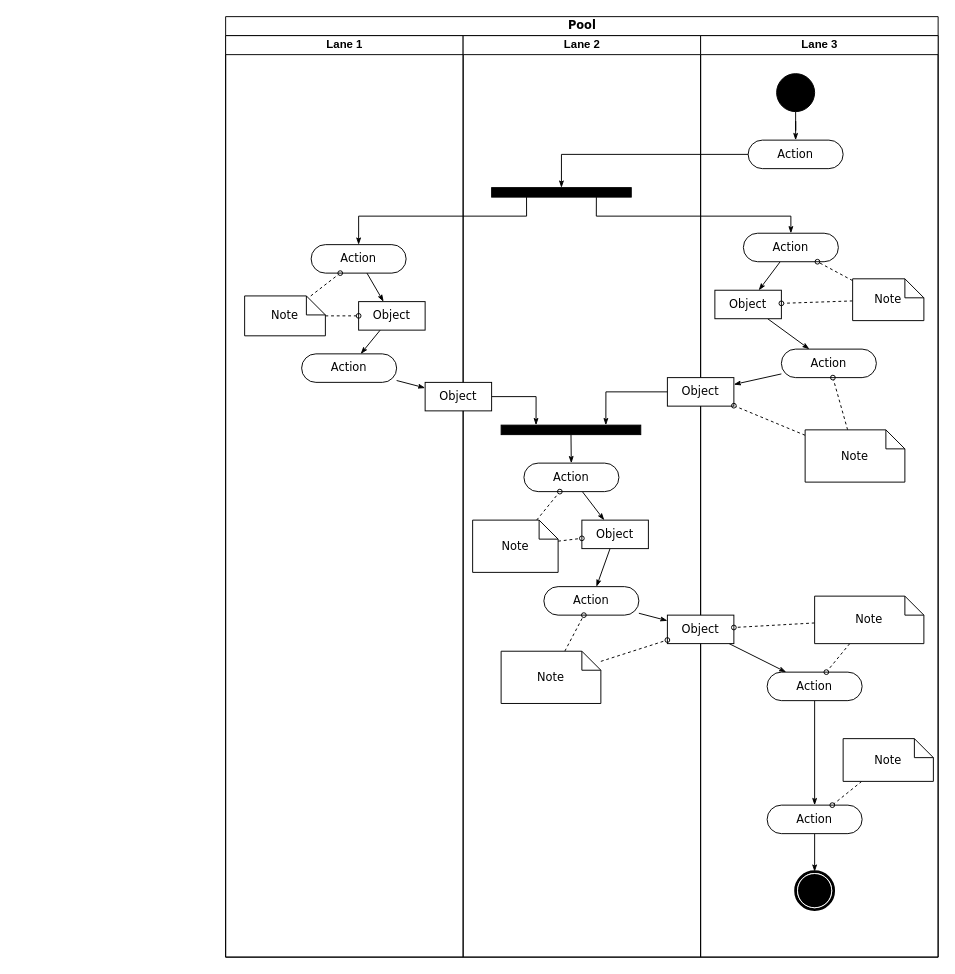
johannfac/A-Lone-Burglar keeps this draw.io diagram as Activity Diagram Enter Game.drawio. Above is the earlier version. Source tidied: cells renumbered, new cells numbered last; positions are measured from the earlier drawing's top-left corner, leaving out a move shared by most shapes. Both pictures are drawn from the tidied source at 95%, with x=0, y=0 at pixel (225, 16).
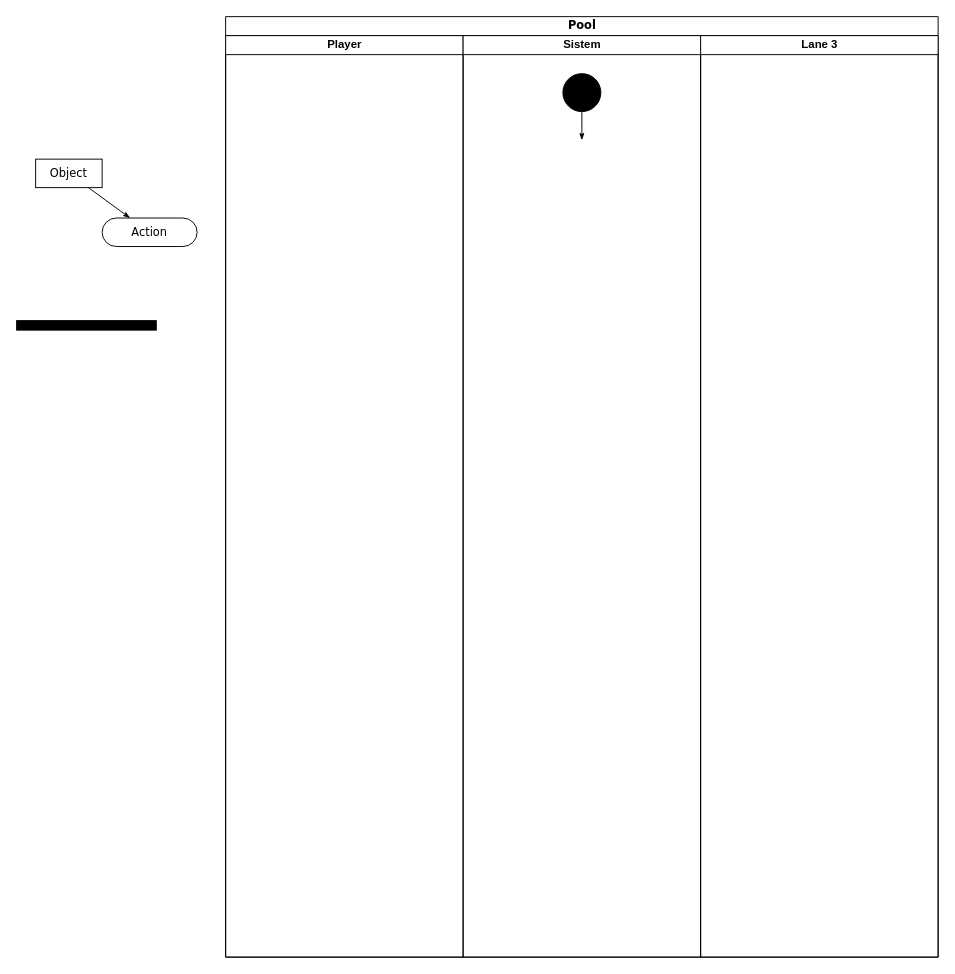
Above is the later version.

Commit message:
Update Activity Diagram Choose Lvl.drawio

Unchanged cells that the change refers to:
```xml
<mxCell id="2" value="Pool" style="swimlane;html=1;startSize=20;rounded=0;shadow=0;comic=0;labelBackgroundColor=none;strokeWidth=1;fontFamily=Verdana;fontSize=12;align=center;" parent="1" vertex="1">
  <mxGeometry width="750" height="990" as="geometry" />
</mxCell>
```

Change to the diagram source:
```diff
@@
-    <mxCell id="3" value="Lane 1" style="swimlane;html=1;startSize=20;" parent="2" vertex="1">
+    <mxCell id="3" value="Player" style="swimlane;html=1;startSize=20;" parent="2" vertex="1">
       <mxGeometry y="20" width="250" height="970" as="geometry" />
     </mxCell>
-    <mxCell id="4" style="edgeStyle=none;rounded=0;html=1;labelBackgroundColor=none;startArrow=none;startFill=0;startSize=5;endArrow=classicThin;endFill=1;endSize=5;jettySize=auto;strokeWidth=1;fontFamily=Verdana;fontSize=12;" parent="3" edge="1" source="5" target="8">
-      <mxGeometry relative="1" as="geometry" />
-    </mxCell>
-    <mxCell id="5" value="Action" style="rounded=1;whiteSpace=wrap;html=1;shadow=0;comic=0;labelBackgroundColor=none;strokeWidth=1;fontFamily=Verdana;fontSize=12;align=center;arcSize=50;" parent="3" vertex="1">
-      <mxGeometry x="90" y="220" width="100" height="30" as="geometry" />
-    </mxCell>
-    <mxCell id="6" value="Action" style="rounded=1;whiteSpace=wrap;html=1;shadow=0;comic=0;labelBackgroundColor=none;strokeWidth=1;fontFamily=Verdana;fontSize=12;align=center;arcSize=50;" parent="3" vertex="1">
-      <mxGeometry x="80" y="335" width="100" height="30" as="geometry" />
-    </mxCell>
-    <mxCell id="7" style="edgeStyle=none;rounded=0;html=1;labelBackgroundColor=none;startArrow=none;startFill=0;startSize=5;endArrow=classicThin;endFill=1;endSize=5;jettySize=auto;strokeWidth=1;fontFamily=Verdana;fontSize=12;" parent="3" edge="1" source="8" target="6">
-      <mxGeometry relative="1" as="geometry" />
-    </mxCell>
-    <mxCell id="8" value="Object" style="rounded=0;whiteSpace=wrap;html=1;shadow=0;comic=0;labelBackgroundColor=none;strokeWidth=1;fontFamily=Verdana;fontSize=12;align=center;arcSize=50;" parent="3" vertex="1">
-      <mxGeometry x="140" y="280" width="70" height="30" as="geometry" />
-    </mxCell>
-    <mxCell id="9" style="edgeStyle=none;rounded=0;html=1;labelBackgroundColor=none;startArrow=none;startFill=0;startSize=5;endArrow=oval;endFill=0;endSize=5;jettySize=auto;strokeWidth=1;fontFamily=Verdana;fontSize=12;dashed=1;" parent="3" edge="1" source="11" target="5">
-      <mxGeometry relative="1" as="geometry" />
-    </mxCell>
-    <mxCell id="10" style="edgeStyle=none;rounded=0;html=1;dashed=1;labelBackgroundColor=none;startArrow=none;startFill=0;startSize=5;endArrow=oval;endFill=0;endSize=5;jettySize=auto;strokeWidth=1;fontFamily=Verdana;fontSize=12;" parent="3" edge="1" source="11" target="8">
-      <mxGeometry relative="1" as="geometry" />
-    </mxCell>
-    <mxCell id="11" value="Note" style="shape=note;whiteSpace=wrap;html=1;rounded=0;shadow=0;comic=0;labelBackgroundColor=none;strokeWidth=1;fontFamily=Verdana;fontSize=12;align=center;size=20;" parent="3" vertex="1">
-      <mxGeometry x="20" y="274" width="85" height="42" as="geometry" />
-    </mxCell>
-    <mxCell id="12" value="Lane 2" style="swimlane;html=1;startSize=20;" parent="2" vertex="1">
+    <mxCell id="12" value="Sistem" style="swimlane;html=1;startSize=20;" parent="2" vertex="1">
       <mxGeometry x="250" y="20" width="250" height="970" as="geometry" />
     </mxCell>
-    <mxCell id="13" style="whiteSpace=wrap;html=1;rounded=0;shadow=0;comic=0;labelBackgroundColor=none;strokeWidth=1;fillColor=#000000;fontFamily=Verdana;fontSize=12;align=center;rotation=0;" parent="12" vertex="1">
-      <mxGeometry x="30" y="160" width="147" height="10" as="geometry" />
-    </mxCell>
-    <mxCell id="14" style="edgeStyle=none;rounded=0;html=1;labelBackgroundColor=none;startArrow=none;startFill=0;startSize=5;endArrow=classicThin;endFill=1;endSize=5;jettySize=auto;strokeWidth=1;fontFamily=Verdana;fontSize=12;" parent="12" edge="1" source="15" target="21">
-      <mxGeometry relative="1" as="geometry" />
-    </mxCell>
-    <mxCell id="15" value="Action" style="rounded=1;whiteSpace=wrap;html=1;shadow=0;comic=0;labelBackgroundColor=none;strokeWidth=1;fontFamily=Verdana;fontSize=12;align=center;arcSize=50;" parent="12" vertex="1">
-      <mxGeometry x="64" y="450" width="100" height="30" as="geometry" />
-    </mxCell>
-    <mxCell id="16" style="edgeStyle=none;rounded=0;html=1;labelBackgroundColor=none;startArrow=none;startFill=0;startSize=5;endArrow=classicThin;endFill=1;endSize=5;jettySize=auto;strokeWidth=1;fontFamily=Verdana;fontSize=12;" parent="12" edge="1" source="17" target="15">
-      <mxGeometry relative="1" as="geometry" />
-    </mxCell>
-    <mxCell id="17" style="whiteSpace=wrap;html=1;rounded=0;shadow=0;comic=0;labelBackgroundColor=none;strokeWidth=1;fillColor=#000000;fontFamily=Verdana;fontSize=12;align=center;rotation=0;" parent="12" vertex="1">
-      <mxGeometry x="40" y="410" width="147" height="10" as="geometry" />
-    </mxCell>
-    <mxCell id="18" style="edgeStyle=orthogonalEdgeStyle;rounded=0;html=1;entryX=0.25;entryY=0;labelBackgroundColor=none;startArrow=none;startFill=0;startSize=5;endArrow=classicThin;endFill=1;endSize=5;jettySize=auto;strokeWidth=1;fontFamily=Verdana;fontSize=12;" parent="12" edge="1" source="19" target="17">
-      <mxGeometry relative="1" as="geometry" />
-    </mxCell>
-    <mxCell id="19" value="Object" style="rounded=0;whiteSpace=wrap;html=1;shadow=0;comic=0;labelBackgroundColor=none;strokeWidth=1;fontFamily=Verdana;fontSize=12;align=center;arcSize=50;" parent="12" vertex="1">
-      <mxGeometry x="-40" y="365" width="70" height="30" as="geometry" />
-    </mxCell>
-    <mxCell id="20" style="edgeStyle=none;rounded=0;html=1;labelBackgroundColor=none;startArrow=none;startFill=0;startSize=5;endArrow=classicThin;endFill=1;endSize=5;jettySize=auto;strokeWidth=1;fontFamily=Verdana;fontSize=12;" parent="12" edge="1" source="21" target="22">
-      <mxGeometry relative="1" as="geometry" />
-    </mxCell>
-    <mxCell id="21" value="Object" style="rounded=0;whiteSpace=wrap;html=1;shadow=0;comic=0;labelBackgroundColor=none;strokeWidth=1;fontFamily=Verdana;fontSize=12;align=center;arcSize=50;" parent="12" vertex="1">
-      <mxGeometry x="125" y="510" width="70" height="30" as="geometry" />
-    </mxCell>
-    <mxCell id="22" value="Action" style="rounded=1;whiteSpace=wrap;html=1;shadow=0;comic=0;labelBackgroundColor=none;strokeWidth=1;fontFamily=Verdana;fontSize=12;align=center;arcSize=50;" parent="12" vertex="1">
-      <mxGeometry x="85" y="580" width="100" height="30" as="geometry" />
-    </mxCell>
-    <mxCell id="23" style="edgeStyle=none;rounded=0;html=1;dashed=1;labelBackgroundColor=none;startArrow=none;startFill=0;startSize=5;endArrow=oval;endFill=0;endSize=5;jettySize=auto;strokeWidth=1;fontFamily=Verdana;fontSize=12;" parent="12" edge="1" source="25" target="15">
-      <mxGeometry relative="1" as="geometry" />
-    </mxCell>
-    <mxCell id="24" style="edgeStyle=none;rounded=0;html=1;dashed=1;labelBackgroundColor=none;startArrow=none;startFill=0;startSize=5;endArrow=oval;endFill=0;endSize=5;jettySize=auto;strokeWidth=1;fontFamily=Verdana;fontSize=12;" parent="12" edge="1" source="25" target="21">
-      <mxGeometry relative="1" as="geometry" />
-    </mxCell>
-    <mxCell id="25" value="Note" style="shape=note;whiteSpace=wrap;html=1;rounded=0;shadow=0;comic=0;labelBackgroundColor=none;strokeWidth=1;fontFamily=Verdana;fontSize=12;align=center;size=20;" parent="12" vertex="1">
-      <mxGeometry x="10" y="510" width="90" height="55" as="geometry" />
-    </mxCell>
-    <mxCell id="26" style="edgeStyle=none;rounded=0;html=1;dashed=1;labelBackgroundColor=none;startArrow=none;startFill=0;startSize=5;endArrow=oval;endFill=0;endSize=5;jettySize=auto;strokeWidth=1;fontFamily=Verdana;fontSize=12;" parent="12" edge="1" source="27" target="22">
-      <mxGeometry relative="1" as="geometry" />
-    </mxCell>
-    <mxCell id="27" value="Note" style="shape=note;whiteSpace=wrap;html=1;rounded=0;shadow=0;comic=0;labelBackgroundColor=none;strokeWidth=1;fontFamily=Verdana;fontSize=12;align=center;size=20;" parent="12" vertex="1">
-      <mxGeometry x="40" y="648" width="105" height="55" as="geometry" />
-    </mxCell>
-    <mxCell id="28" value="Lane 3" style="swimlane;html=1;startSize=20;" parent="2" vertex="1">
-      <mxGeometry x="500" y="20" width="250" height="970" as="geometry" />
-    </mxCell>
-    <mxCell id="29" style="edgeStyle=orthogonalEdgeStyle;rounded=0;html=1;labelBackgroundColor=none;startArrow=none;startFill=0;startSize=5;endArrow=classicThin;endFill=1;endSize=5;jettySize=auto;strokeWidth=1;fontFamily=Verdana;fontSize=12;" parent="28" edge="1" source="30" target="31">
-      <mxGeometry relative="1" as="geometry" />
+    <mxCell id="29" style="edgeStyle=orthogonalEdgeStyle;rounded=0;html=1;labelBackgroundColor=none;startArrow=none;startFill=0;startSize=5;endArrow=classicThin;endFill=1;endSize=5;jettySize=auto;strokeWidth=1;fontFamily=Verdana;fontSize=12;" parent="12" edge="1" source="30">
+      <mxGeometry relative="1" as="geometry">
+        <mxPoint x="125" y="110" as="targetPoint" />
+      </mxGeometry>
     </mxCell>
-    <mxCell id="30" style="ellipse;whiteSpace=wrap;html=1;rounded=0;shadow=0;comic=0;labelBackgroundColor=none;strokeWidth=1;fillColor=#000000;fontFamily=Verdana;fontSize=12;align=center;" parent="28" vertex="1">
-      <mxGeometry x="80" y="40" width="40" height="40" as="geometry" />
+    <mxCell id="30" style="ellipse;whiteSpace=wrap;html=1;rounded=0;shadow=0;comic=0;labelBackgroundColor=none;strokeWidth=1;fillColor=#000000;fontFamily=Verdana;fontSize=12;align=center;" parent="12" vertex="1">
+      <mxGeometry x="105" y="40" width="40" height="40" as="geometry" />
     </mxCell>
-    <mxCell id="31" value="Action" style="rounded=1;whiteSpace=wrap;html=1;shadow=0;comic=0;labelBackgroundColor=none;strokeWidth=1;fontFamily=Verdana;fontSize=12;align=center;arcSize=50;" parent="28" vertex="1">
-      <mxGeometry x="50" y="110" width="100" height="30" as="geometry" />
-    </mxCell>
-    <mxCell id="32" style="rounded=0;html=1;labelBackgroundColor=none;startArrow=none;startFill=0;startSize=5;endArrow=classicThin;endFill=1;endSize=5;jettySize=auto;strokeWidth=1;fontFamily=Verdana;fontSize=12;" parent="28" edge="1" source="33" target="37">
-      <mxGeometry relative="1" as="geometry" />
-    </mxCell>
-    <mxCell id="33" value="Action" style="rounded=1;whiteSpace=wrap;html=1;shadow=0;comic=0;labelBackgroundColor=none;strokeWidth=1;fontFamily=Verdana;fontSize=12;align=center;arcSize=50;" parent="28" vertex="1">
-      <mxGeometry x="45" y="208" width="100" height="30" as="geometry" />
-    </mxCell>
-    <mxCell id="34" style="edgeStyle=none;rounded=0;html=1;labelBackgroundColor=none;startArrow=none;startFill=0;startSize=5;endArrow=classicThin;endFill=1;endSize=5;jettySize=auto;strokeWidth=1;fontFamily=Verdana;fontSize=12;" parent="28" edge="1" source="35" target="38">
-      <mxGeometry relative="1" as="geometry" />
-    </mxCell>
+    <mxCell id="28" value="Lane 3" style="swimlane;html=1;startSize=20;" parent="2" vertex="1">
+      <mxGeometry x="500" y="20" width="250" height="970" as="geometry" />
+    </mxCell>
-    <mxCell id="35" value="Action" style="rounded=1;whiteSpace=wrap;html=1;shadow=0;comic=0;labelBackgroundColor=none;strokeWidth=1;fontFamily=Verdana;fontSize=12;align=center;arcSize=50;" parent="28" vertex="1">
-      <mxGeometry x="85" y="330" width="100" height="30" as="geometry" />
+    <mxCell id="35" value="Action" style="rounded=1;whiteSpace=wrap;html=1;shadow=0;comic=0;labelBackgroundColor=none;strokeWidth=1;fontFamily=Verdana;fontSize=12;align=center;arcSize=50;" parent="1" vertex="1">
+      <mxGeometry x="-130" y="212" width="100" height="30" as="geometry" />
     </mxCell>
-    <mxCell id="36" style="edgeStyle=none;rounded=0;html=1;labelBackgroundColor=none;startArrow=none;startFill=0;startSize=5;endArrow=classicThin;endFill=1;endSize=5;jettySize=auto;strokeWidth=1;fontFamily=Verdana;fontSize=12;" parent="28" edge="1" source="37" target="35">
+    <mxCell id="36" style="edgeStyle=none;rounded=0;html=1;labelBackgroundColor=none;startArrow=none;startFill=0;startSize=5;endArrow=classicThin;endFill=1;endSize=5;jettySize=auto;strokeWidth=1;fontFamily=Verdana;fontSize=12;" parent="1" edge="1" source="37" target="35">
       <mxGeometry relative="1" as="geometry" />
     </mxCell>
-    <mxCell id="37" value="Object" style="rounded=0;whiteSpace=wrap;html=1;shadow=0;comic=0;labelBackgroundColor=none;strokeWidth=1;fontFamily=Verdana;fontSize=12;align=center;arcSize=50;" parent="28" vertex="1">
-      <mxGeometry x="15" y="268" width="70" height="30" as="geometry" />
+    <mxCell id="37" value="Object" style="rounded=0;whiteSpace=wrap;html=1;shadow=0;comic=0;labelBackgroundColor=none;strokeWidth=1;fontFamily=Verdana;fontSize=12;align=center;arcSize=50;" parent="1" vertex="1">
+      <mxGeometry x="-200" y="150" width="70" height="30" as="geometry" />
     </mxCell>
-    <mxCell id="38" value="Object" style="rounded=0;whiteSpace=wrap;html=1;shadow=0;comic=0;labelBackgroundColor=none;strokeWidth=1;fontFamily=Verdana;fontSize=12;align=center;arcSize=50;" parent="28" vertex="1">
-      <mxGeometry x="-35" y="360" width="70" height="30" as="geometry" />
-    </mxCell>
-    <mxCell id="39" style="edgeStyle=none;rounded=0;html=1;labelBackgroundColor=none;startArrow=none;startFill=0;startSize=5;endArrow=classicThin;endFill=1;endSize=5;jettySize=auto;strokeWidth=1;fontFamily=Verdana;fontSize=12;" parent="28" edge="1" source="40" target="42">
-      <mxGeometry relative="1" as="geometry" />
-    </mxCell>
-    <mxCell id="40" value="Object" style="rounded=0;whiteSpace=wrap;html=1;shadow=0;comic=0;labelBackgroundColor=none;strokeWidth=1;fontFamily=Verdana;fontSize=12;align=center;arcSize=50;" parent="28" vertex="1">
-      <mxGeometry x="-35" y="610" width="70" height="30" as="geometry" />
-    </mxCell>
-    <mxCell id="41" style="edgeStyle=none;rounded=0;html=1;labelBackgroundColor=none;startArrow=none;startFill=0;startSize=5;endArrow=classicThin;endFill=1;endSize=5;jettySize=auto;strokeWidth=1;fontFamily=Verdana;fontSize=12;" parent="28" edge="1" source="42" target="44">
-      <mxGeometry relative="1" as="geometry" />
-    </mxCell>
-    <mxCell id="42" value="Action" style="rounded=1;whiteSpace=wrap;html=1;shadow=0;comic=0;labelBackgroundColor=none;strokeWidth=1;fontFamily=Verdana;fontSize=12;align=center;arcSize=50;" parent="28" vertex="1">
-      <mxGeometry x="70" y="670" width="100" height="30" as="geometry" />
-    </mxCell>
-    <mxCell id="43" style="edgeStyle=none;rounded=0;html=1;labelBackgroundColor=none;startArrow=none;startFill=0;startSize=5;endArrow=classicThin;endFill=1;endSize=5;jettySize=auto;strokeWidth=1;fontFamily=Verdana;fontSize=12;" parent="28" edge="1" source="44" target="45">
-      <mxGeometry relative="1" as="geometry" />
-    </mxCell>
-    <mxCell id="44" value="Action" style="rounded=1;whiteSpace=wrap;html=1;shadow=0;comic=0;labelBackgroundColor=none;strokeWidth=1;fontFamily=Verdana;fontSize=12;align=center;arcSize=50;" parent="28" vertex="1">
-      <mxGeometry x="70" y="810" width="100" height="30" as="geometry" />
-    </mxCell>
-    <mxCell id="45" style="shape=mxgraph.bpmn.shape;html=1;verticalLabelPosition=bottom;labelBackgroundColor=#ffffff;verticalAlign=top;perimeter=ellipsePerimeter;outline=end;symbol=terminate;rounded=0;shadow=0;comic=0;strokeWidth=1;fontFamily=Verdana;fontSize=12;align=center;" parent="28" vertex="1">
-      <mxGeometry x="100" y="880" width="40" height="40" as="geometry" />
-    </mxCell>
-    <mxCell id="46" style="edgeStyle=none;rounded=0;html=1;dashed=1;labelBackgroundColor=none;startArrow=none;startFill=0;startSize=5;endArrow=oval;endFill=0;endSize=5;jettySize=auto;strokeWidth=1;fontFamily=Verdana;fontSize=12;" parent="28" edge="1" source="48" target="33">
-      <mxGeometry relative="1" as="geometry" />
-    </mxCell>
-    <mxCell id="47" style="edgeStyle=none;rounded=0;html=1;dashed=1;labelBackgroundColor=none;startArrow=none;startFill=0;startSize=5;endArrow=oval;endFill=0;endSize=5;jettySize=auto;strokeWidth=1;fontFamily=Verdana;fontSize=12;" parent="28" edge="1" source="48" target="37">
-      <mxGeometry relative="1" as="geometry" />
-    </mxCell>
-    <mxCell id="48" value="Note" style="shape=note;whiteSpace=wrap;html=1;rounded=0;shadow=0;comic=0;labelBackgroundColor=none;strokeWidth=1;fontFamily=Verdana;fontSize=12;align=center;size=20;" parent="28" vertex="1">
-      <mxGeometry x="160" y="256" width="75" height="44" as="geometry" />
-    </mxCell>
-    <mxCell id="49" style="edgeStyle=none;rounded=0;html=1;dashed=1;labelBackgroundColor=none;startArrow=none;startFill=0;startSize=5;endArrow=oval;endFill=0;endSize=5;jettySize=auto;strokeWidth=1;fontFamily=Verdana;fontSize=12;" parent="28" edge="1" source="51" target="35">
-      <mxGeometry relative="1" as="geometry" />
-    </mxCell>
-    <mxCell id="50" style="edgeStyle=none;rounded=0;html=1;dashed=1;labelBackgroundColor=none;startArrow=none;startFill=0;startSize=5;endArrow=oval;endFill=0;endSize=5;jettySize=auto;strokeWidth=1;fontFamily=Verdana;fontSize=12;" parent="28" edge="1" source="51" target="38">
-      <mxGeometry relative="1" as="geometry" />
-    </mxCell>
-    <mxCell id="51" value="Note" style="shape=note;whiteSpace=wrap;html=1;rounded=0;shadow=0;comic=0;labelBackgroundColor=none;strokeWidth=1;fontFamily=Verdana;fontSize=12;align=center;size=20;" parent="28" vertex="1">
-      <mxGeometry x="110" y="415" width="105" height="55" as="geometry" />
-    </mxCell>
-    <mxCell id="52" style="edgeStyle=none;rounded=0;html=1;dashed=1;labelBackgroundColor=none;startArrow=none;startFill=0;startSize=5;endArrow=oval;endFill=0;endSize=5;jettySize=auto;strokeWidth=1;fontFamily=Verdana;fontSize=12;" parent="28" edge="1" source="54" target="42">
-      <mxGeometry relative="1" as="geometry" />
-    </mxCell>
-    <mxCell id="53" style="edgeStyle=none;rounded=0;html=1;dashed=1;labelBackgroundColor=none;startArrow=none;startFill=0;startSize=5;endArrow=oval;endFill=0;endSize=5;jettySize=auto;strokeWidth=1;fontFamily=Verdana;fontSize=12;" parent="28" edge="1" source="54" target="40">
-      <mxGeometry relative="1" as="geometry" />
-    </mxCell>
-    <mxCell id="54" value="Note" style="shape=note;whiteSpace=wrap;html=1;rounded=0;shadow=0;comic=0;labelBackgroundColor=none;strokeWidth=1;fontFamily=Verdana;fontSize=12;align=center;size=20;" parent="28" vertex="1">
-      <mxGeometry x="120" y="590" width="115" height="50" as="geometry" />
-    </mxCell>
-    <mxCell id="55" style="edgeStyle=none;rounded=0;html=1;dashed=1;labelBackgroundColor=none;startArrow=none;startFill=0;startSize=5;endArrow=oval;endFill=0;endSize=5;jettySize=auto;strokeWidth=1;fontFamily=Verdana;fontSize=12;" parent="28" edge="1" source="56" target="44">
-      <mxGeometry relative="1" as="geometry" />
-    </mxCell>
-    <mxCell id="56" value="Note" style="shape=note;whiteSpace=wrap;html=1;rounded=0;shadow=0;comic=0;labelBackgroundColor=none;strokeWidth=1;fontFamily=Verdana;fontSize=12;align=center;size=20;" parent="28" vertex="1">
-      <mxGeometry x="150" y="740" width="95" height="45" as="geometry" />
-    </mxCell>
-    <mxCell id="57" style="edgeStyle=orthogonalEdgeStyle;rounded=0;html=1;entryX=0.5;entryY=0;labelBackgroundColor=none;startArrow=none;startFill=0;startSize=5;endArrow=classicThin;endFill=1;endSize=5;jettySize=auto;strokeWidth=1;fontFamily=Verdana;fontSize=12;" parent="2" edge="1" source="31" target="13">
-      <mxGeometry relative="1" as="geometry">
-        <Array as="points">
-          <mxPoint x="354" y="145" />
-        </Array>
-      </mxGeometry>
-    </mxCell>
-    <mxCell id="58" style="edgeStyle=orthogonalEdgeStyle;rounded=0;html=1;exitX=0.75;exitY=1;labelBackgroundColor=none;startArrow=none;startFill=0;startSize=5;endArrow=classicThin;endFill=1;endSize=5;jettySize=auto;strokeWidth=1;fontFamily=Verdana;fontSize=12;" parent="2" edge="1" source="13" target="33">
-      <mxGeometry relative="1" as="geometry">
-        <Array as="points">
-          <mxPoint x="390" y="210" />
-          <mxPoint x="595" y="210" />
-        </Array>
-      </mxGeometry>
-    </mxCell>
-    <mxCell id="59" style="edgeStyle=orthogonalEdgeStyle;rounded=0;html=1;exitX=0.25;exitY=1;entryX=0.5;entryY=0;labelBackgroundColor=none;startArrow=none;startFill=0;startSize=5;endArrow=classicThin;endFill=1;endSize=5;jettySize=auto;strokeWidth=1;fontFamily=Verdana;fontSize=12;" parent="2" edge="1" source="13" target="5">
-      <mxGeometry relative="1" as="geometry">
-        <Array as="points">
-          <mxPoint x="317" y="210" />
-          <mxPoint x="140" y="210" />
-        </Array>
-      </mxGeometry>
-    </mxCell>
-    <mxCell id="60" style="edgeStyle=orthogonalEdgeStyle;rounded=0;html=1;entryX=0.75;entryY=0;labelBackgroundColor=none;startArrow=none;startFill=0;startSize=5;endArrow=classicThin;endFill=1;endSize=5;jettySize=auto;strokeWidth=1;fontFamily=Verdana;fontSize=12;" parent="2" edge="1" source="38" target="17">
-      <mxGeometry relative="1" as="geometry" />
-    </mxCell>
-    <mxCell id="61" style="edgeStyle=none;rounded=0;html=1;labelBackgroundColor=none;startArrow=none;startFill=0;startSize=5;endArrow=classicThin;endFill=1;endSize=5;jettySize=auto;strokeWidth=1;fontFamily=Verdana;fontSize=12;" parent="2" edge="1" source="6" target="19">
-      <mxGeometry relative="1" as="geometry" />
-    </mxCell>
-    <mxCell id="62" style="edgeStyle=none;rounded=0;html=1;labelBackgroundColor=none;startArrow=none;startFill=0;startSize=5;endArrow=classicThin;endFill=1;endSize=5;jettySize=auto;strokeWidth=1;fontFamily=Verdana;fontSize=12;" parent="2" edge="1" source="22" target="40">
-      <mxGeometry relative="1" as="geometry" />
-    </mxCell>
-    <mxCell id="63" style="edgeStyle=none;rounded=0;html=1;dashed=1;labelBackgroundColor=none;startArrow=none;startFill=0;startSize=5;endArrow=oval;endFill=0;endSize=5;jettySize=auto;strokeWidth=1;fontFamily=Verdana;fontSize=12;" parent="2" edge="1" source="27" target="40">
-      <mxGeometry relative="1" as="geometry" />
-    </mxCell>
+    <mxCell id="17" style="whiteSpace=wrap;html=1;rounded=0;shadow=0;comic=0;labelBackgroundColor=none;strokeWidth=1;fillColor=#000000;fontFamily=Verdana;fontSize=12;align=center;rotation=0;" parent="1" vertex="1">
+      <mxGeometry x="-220" y="320" width="147" height="10" as="geometry" />
+    </mxCell>
```
